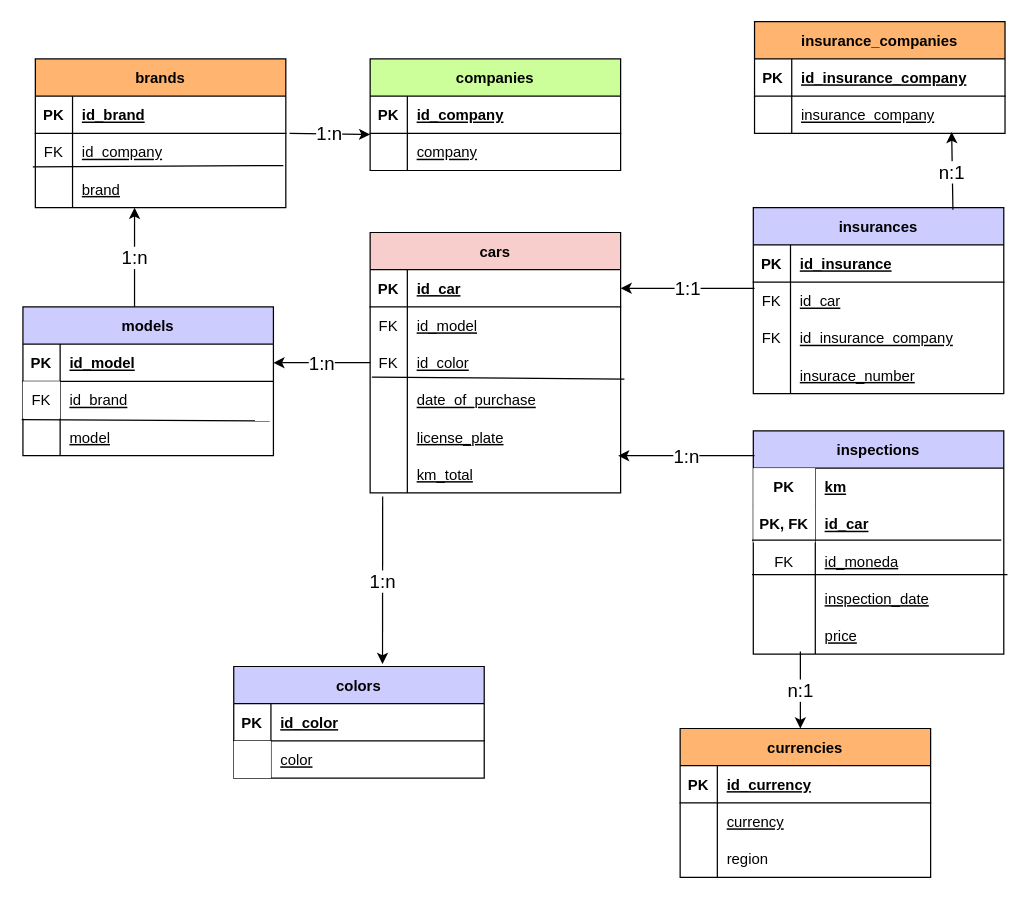
Earlier version of the draw.io diagram diagrama.drawio (CGraciolli/Normalized-ER-Model-And-SQL-Query). Source tidied: cells renumbered, new cells numbered last; positions are measured from the earlier drawing's top-left corner, leaving out a move shared by most shapes. Both pictures are drawn from the tidied source at 124%, with x=0, y=0 at pixel (22, 21).
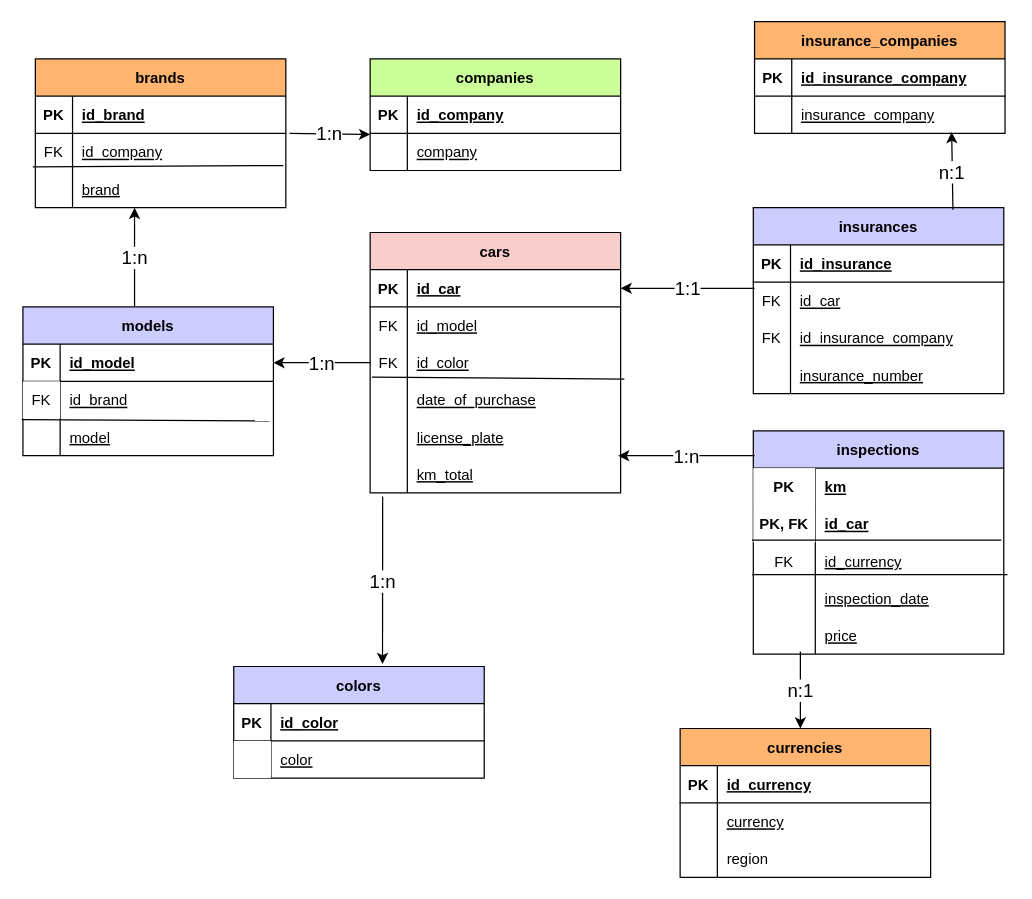
After the change.

Unchanged cells that the change refers to:
```xml
<mxCell id="43" style="shape=partialRectangle;fillColor=none;top=0;left=0;right=0;bottom=0;" parent="33" vertex="1">
  <mxGeometry y="120" width="202" height="30" as="geometry" />
</mxCell>
<mxCell id="54" style="shape=partialRectangle;fillColor=none;points=[[0,0.5],[1,0.5]];portConstraint=eastwest;top=0;left=0;right=0;bottom=0;fontStyle=4;" parent="47" vertex="1">
  <mxGeometry y="90" width="202" height="30" as="geometry" />
</mxCell>
```

The edit, as a diff of the source:
```diff
@@
-    <mxCell id="45" value="insurace_number" style="shape=partialRectangle;overflow=hidden;fillColor=none;top=0;left=0;bottom=0;right=0;align=left;spacingLeft=6;fontStyle=4;" parent="43" vertex="1">
+    <mxCell id="45" value="insurance_number" style="shape=partialRectangle;overflow=hidden;fillColor=none;top=0;left=0;bottom=0;right=0;align=left;spacingLeft=6;fontStyle=4;" parent="43" vertex="1">
       <mxGeometry x="30" width="172" height="30" as="geometry" />
     </mxCell>
@@
-    <mxCell id="56" value="id_moneda" style="shape=partialRectangle;overflow=hidden;fillColor=none;top=0;left=0;bottom=0;right=0;align=left;spacingLeft=6;fontStyle=4;" parent="54" vertex="1">
+    <mxCell id="56" value="id_currency" style="shape=partialRectangle;overflow=hidden;fillColor=none;top=0;left=0;bottom=0;right=0;align=left;spacingLeft=6;fontStyle=4;" parent="54" vertex="1">
       <mxGeometry x="50" width="152" height="30" as="geometry" />
     </mxCell>
```
